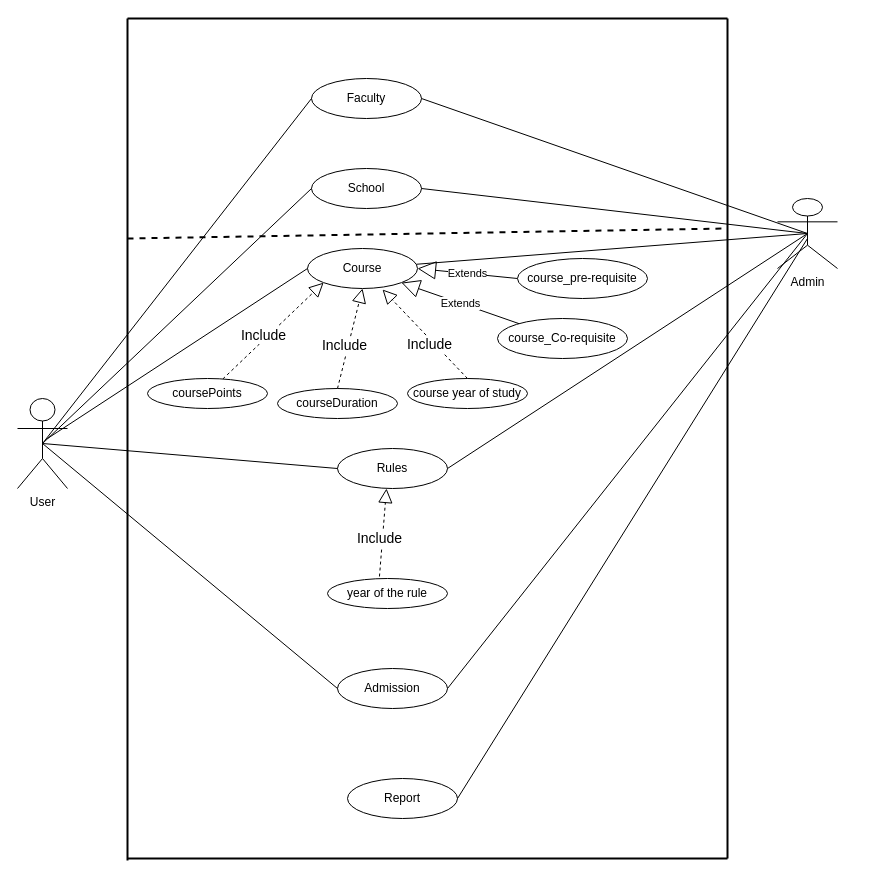
The draw.io diagram Use Case Diagram.drawio in 1395505/sudocoms3009-registration-app, before the edit. Source tidied: cells renumbered, new cells numbered last; positions are measured from the earlier drawing's top-left corner, leaving out a move shared by most shapes. Both pictures are drawn from the tidied source at 100%, with x=0, y=0 at pixel (17, 18).
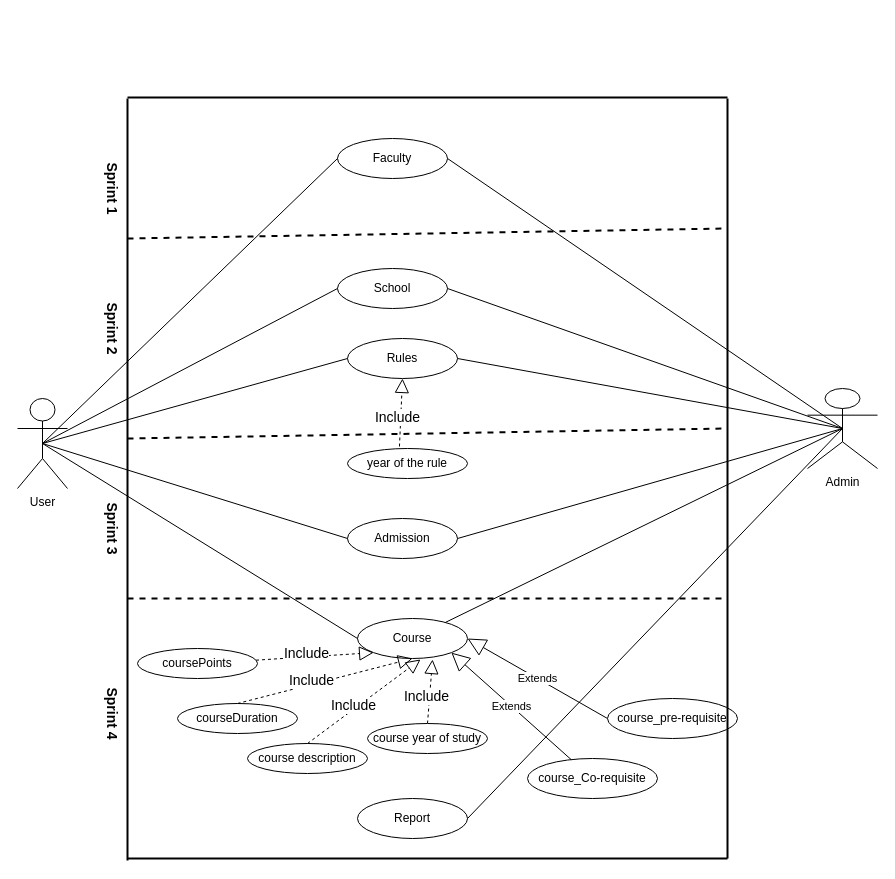
After the change.

Unchanged cells that the change refers to:
```xml
<mxCell id="2" value="User" style="shape=umlActor;verticalLabelPosition=bottom;labelBackgroundColor=#ffffff;verticalAlign=top;html=1;" parent="1" vertex="1">
  <mxGeometry y="380" width="50" height="90" as="geometry" />
</mxCell>
```

What changed in the source:
```diff
@@
     <mxCell id="3" value="Faculty" style="ellipse;whiteSpace=wrap;html=1;" parent="1" vertex="1">
-      <mxGeometry x="294" y="60" width="110" height="40" as="geometry" />
+      <mxGeometry x="320" y="120" width="110" height="40" as="geometry" />
     </mxCell>
     <mxCell id="4" value="School" style="ellipse;whiteSpace=wrap;html=1;" parent="1" vertex="1">
-      <mxGeometry x="294" y="150" width="110" height="40" as="geometry" />
+      <mxGeometry x="320" y="250" width="110" height="40" as="geometry" />
     </mxCell>
     <mxCell id="5" value="Course" style="ellipse;whiteSpace=wrap;html=1;" parent="1" vertex="1">
-      <mxGeometry x="290" y="230" width="110" height="40" as="geometry" />
+      <mxGeometry x="340" y="600" width="110" height="40" as="geometry" />
     </mxCell>
@@
     <mxCell id="7" value="course_pre-requisite" style="ellipse;whiteSpace=wrap;html=1;" parent="1" vertex="1">
-      <mxGeometry x="500" y="240" width="130" height="40" as="geometry" />
+      <mxGeometry x="590" y="680" width="130" height="40" as="geometry" />
     </mxCell>
     <mxCell id="8" value="course_Co-requisite" style="ellipse;whiteSpace=wrap;html=1;" parent="1" vertex="1">
-      <mxGeometry x="480" y="300" width="130" height="40" as="geometry" />
+      <mxGeometry x="510" y="740" width="130" height="40" as="geometry" />
     </mxCell>
@@
     <mxCell id="12" value="coursePoints" style="ellipse;whiteSpace=wrap;html=1;" parent="1" vertex="1">
-      <mxGeometry x="130" y="360" width="120" height="30" as="geometry" />
+      <mxGeometry x="120" y="630" width="120" height="30" as="geometry" />
     </mxCell>
     <mxCell id="13" value="courseDuration" style="ellipse;whiteSpace=wrap;html=1;" parent="1" vertex="1">
-      <mxGeometry x="260" y="370" width="120" height="30" as="geometry" />
+      <mxGeometry x="160" y="685" width="120" height="30" as="geometry" />
     </mxCell>
@@
-    <mxCell id="16" value="course year of study" style="ellipse;whiteSpace=wrap;html=1;" parent="1" vertex="1">
-      <mxGeometry x="390" y="360" width="120" height="30" as="geometry" />
-    </mxCell>
@@
     <mxCell id="19" value="Rules" style="ellipse;whiteSpace=wrap;html=1;" parent="1" vertex="1">
-      <mxGeometry x="320" y="430" width="110" height="40" as="geometry" />
+      <mxGeometry x="330" y="320" width="110" height="40" as="geometry" />
     </mxCell>
     <mxCell id="20" value="Admission" style="ellipse;whiteSpace=wrap;html=1;" parent="1" vertex="1">
-      <mxGeometry x="320" y="650" width="110" height="40" as="geometry" />
+      <mxGeometry x="330" y="500" width="110" height="40" as="geometry" />
     </mxCell>
     <mxCell id="21" value="year of the rule" style="ellipse;whiteSpace=wrap;html=1;" parent="1" vertex="1">
-      <mxGeometry x="310" y="560" width="120" height="30" as="geometry" />
+      <mxGeometry x="330" y="430" width="120" height="30" as="geometry" />
     </mxCell>
-    <mxCell id="22" style="endArrow=block;dashed=1;endFill=0;endSize=12;html=1;exitX=0.433;exitY=-0.067;exitDx=0;exitDy=0;exitPerimeter=0;" parent="1" edge="1" source="21">
-      <mxGeometry relative="1" as="geometry">
-        <mxPoint x="369" y="470" as="targetPoint" />
-      </mxGeometry>
+    <mxCell id="22" style="endArrow=block;dashed=1;endFill=0;endSize=12;html=1;exitX=0.433;exitY=-0.067;exitDx=0;exitDy=0;exitPerimeter=0;entryX=0.5;entryY=1;entryDx=0;entryDy=0;" parent="1" edge="1" source="21" target="19">
+      <mxGeometry relative="1" as="geometry" />
     </mxCell>
@@
     <mxCell id="24" value="Report" style="ellipse;whiteSpace=wrap;html=1;" parent="1" vertex="1">
-      <mxGeometry x="330" y="760" width="110" height="40" as="geometry" />
+      <mxGeometry x="340" y="780" width="110" height="40" as="geometry" />
     </mxCell>
     <mxCell id="25" style="endArrow=none;html=1;strokeWidth=2;" parent="1" edge="1">
       <mxGeometry relative="1" as="geometry">
         <mxPoint x="110" y="842" as="sourcePoint" />
-        <mxPoint x="110" as="targetPoint" />
+        <mxPoint x="110" y="80" as="targetPoint" />
       </mxGeometry>
     </mxCell>
@@
     <mxCell id="27" style="endArrow=none;html=1;strokeWidth=2;" parent="1" edge="1">
       <mxGeometry relative="1" as="geometry">
         <mxPoint x="710" y="840" as="sourcePoint" />
-        <mxPoint x="710" as="targetPoint" />
+        <mxPoint x="710" y="80" as="targetPoint" />
       </mxGeometry>
     </mxCell>
     <mxCell id="28" style="endArrow=none;html=1;strokeWidth=2;" parent="1" edge="1">
       <mxGeometry relative="1" as="geometry">
-        <mxPoint x="110" as="sourcePoint" />
-        <mxPoint x="710" as="targetPoint" />
+        <mxPoint x="110" y="79" as="sourcePoint" />
+        <mxPoint x="710" y="79" as="targetPoint" />
       </mxGeometry>
     </mxCell>
@@
-    <mxCell id="31" style="endArrow=none;html=1;strokeWidth=1;entryX=0;entryY=0.5;entryDx=0;entryDy=0;" parent="1" edge="1" target="5">
-      <mxGeometry relative="1" as="geometry">
-        <mxPoint x="30" y="420" as="sourcePoint" />
-      </mxGeometry>
+    <mxCell id="31" style="endArrow=none;html=1;strokeWidth=1;entryX=0;entryY=0.5;entryDx=0;entryDy=0;exitX=0.5;exitY=0.5;exitDx=0;exitDy=0;exitPerimeter=0;" parent="1" edge="1" source="2" target="5">
+      <mxGeometry relative="1" as="geometry" />
     </mxCell>
@@
     <mxCell id="34" value="Admin" style="shape=umlActor;verticalLabelPosition=bottom;labelBackgroundColor=#ffffff;verticalAlign=top;html=1;outlineConnect=0;" parent="1" vertex="1">
-      <mxGeometry x="760" y="180" width="60" height="70" as="geometry" />
+      <mxGeometry x="790" y="370" width="70" height="80" as="geometry" />
     </mxCell>
@@
-    <mxCell id="40" style="endArrow=none;html=1;strokeWidth=1;exitX=1;exitY=0.5;exitDx=0;exitDy=0;" parent="1" edge="1" source="24">
-      <mxGeometry relative="1" as="geometry">
-        <mxPoint x="790" y="220" as="targetPoint" />
-      </mxGeometry>
+    <mxCell id="40" style="endArrow=none;html=1;strokeWidth=1;exitX=1;exitY=0.5;exitDx=0;exitDy=0;entryX=0.5;entryY=0.5;entryDx=0;entryDy=0;entryPerimeter=0;" parent="1" edge="1" source="24" target="34">
+      <mxGeometry relative="1" as="geometry" />
     </mxCell>
@@
+    <mxCell id="16" value="course year of study" style="ellipse;whiteSpace=wrap;html=1;" parent="1" vertex="1">
+      <mxGeometry x="350" y="705" width="120" height="30" as="geometry" />
+    </mxCell>
+    <mxCell id="42" style="endArrow=none;dashed=1;html=1;strokeWidth=2;" parent="1" edge="1">
+      <mxGeometry relative="1" as="geometry">
+        <mxPoint x="110" y="420" as="sourcePoint" />
+        <mxPoint x="710" y="410" as="targetPoint" />
+      </mxGeometry>
+    </mxCell>
+    <mxCell id="43" style="endArrow=none;dashed=1;html=1;strokeWidth=2;" parent="1" edge="1">
+      <mxGeometry relative="1" as="geometry">
+        <mxPoint x="110" y="580" as="sourcePoint" />
+        <mxPoint x="710" y="580" as="targetPoint" />
+      </mxGeometry>
+    </mxCell>
+    <mxCell id="44" value="course description" style="ellipse;whiteSpace=wrap;html=1;" parent="1" vertex="1">
+      <mxGeometry x="230" y="725" width="120" height="30" as="geometry" />
+    </mxCell>
+    <mxCell id="45" style="endArrow=block;dashed=1;endFill=0;endSize=12;html=1;exitX=0.5;exitY=0;exitDx=0;exitDy=0;entryX=0.573;entryY=1.025;entryDx=0;entryDy=0;entryPerimeter=0;" parent="1" edge="1" source="44" target="5">
+      <mxGeometry relative="1" as="geometry" />
+    </mxCell>
+    <mxCell id="46" value="&lt;font style=&quot;font-size: 14px&quot;&gt;Include&lt;/font&gt;" style="edgeLabel;html=1;align=center;verticalAlign=middle;" parent="45" vertex="1">
+      <mxGeometry x="-0.15" y="4" relative="1" as="geometry" />
+    </mxCell>
+    <mxCell id="47" value="&lt;font style=&quot;font-size: 14px&quot;&gt;&lt;b&gt;Sprint 1&lt;/b&gt;&lt;/font&gt;" style="text;html=1;align=center;verticalAlign=middle;rotation=90;" parent="1" vertex="1">
+      <mxGeometry x="60" y="160" width="70" height="20" as="geometry" />
+    </mxCell>
+    <mxCell id="48" value="&lt;font style=&quot;font-size: 14px&quot;&gt;&lt;b&gt;Sprint 2&lt;/b&gt;&lt;/font&gt;" style="text;html=1;align=center;verticalAlign=middle;rotation=90;" parent="1" vertex="1">
+      <mxGeometry x="60" y="300" width="70" height="20" as="geometry" />
+    </mxCell>
+    <mxCell id="49" value="&lt;font style=&quot;font-size: 14px&quot;&gt;&lt;b&gt;Sprint 3&lt;/b&gt;&lt;/font&gt;" style="text;html=1;align=center;verticalAlign=middle;rotation=90;" parent="1" vertex="1">
+      <mxGeometry x="60" y="500" width="70" height="20" as="geometry" />
+    </mxCell>
+    <mxCell id="50" value="&lt;font style=&quot;font-size: 14px&quot;&gt;&lt;b&gt;Sprint 4&lt;/b&gt;&lt;/font&gt;" style="text;html=1;align=center;verticalAlign=middle;rotation=90;" parent="1" vertex="1">
+      <mxGeometry x="60" y="685" width="70" height="20" as="geometry" />
+    </mxCell>
```
